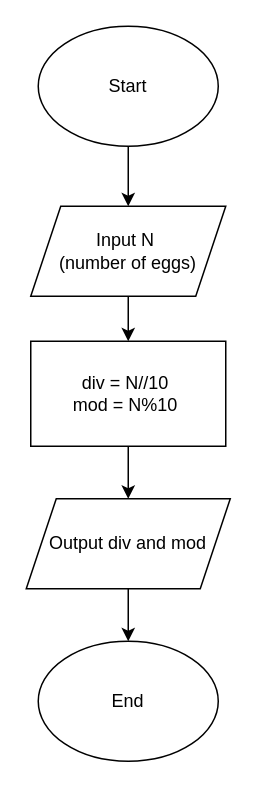
Earlier version of the draw.io diagram page "Câu 2" (2 of 16) of drawio/Exercises_Week3-5.drawio (HerokeyVN/Temp). Source tidied: cells renumbered, new cells numbered last; positions are measured from the earlier drawing's top-left corner, leaving out a move shared by most shapes. Both pictures are drawn from the tidied source at 150%, with x=0, y=0 at pixel (26, 26).
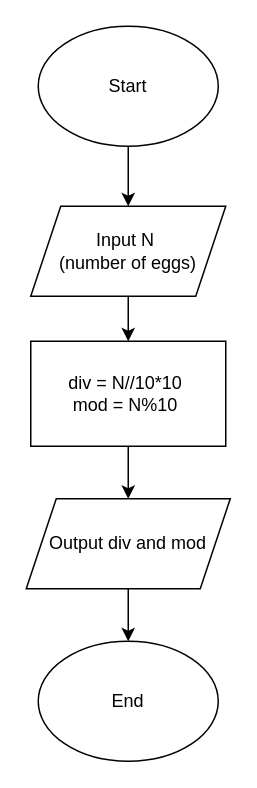
After the change.

Commit message:
Cập nhật Exercises_Week3-5.drawio

The edit, as a diff of the source:
```diff
@@
 <mxGraphModel>
   <root>
     <mxCell id="0" />
     <mxCell id="1" parent="0" />
     <mxCell id="2" style="edgeStyle=orthogonalEdgeStyle;rounded=0;jettySize=auto;html=1;" parent="1" edge="1" source="3" target="5">
       <mxGeometry relative="1" as="geometry" />
     </mxCell>
     <mxCell id="3" value="Start" style="ellipse;whiteSpace=wrap;html=1;" parent="1" vertex="1">
       <mxGeometry x="8" width="120" height="80" as="geometry" />
     </mxCell>
     <mxCell id="4" style="edgeStyle=orthogonalEdgeStyle;rounded=0;jettySize=auto;html=1;" parent="1" edge="1" source="5" target="7">
       <mxGeometry relative="1" as="geometry" />
     </mxCell>
     <mxCell id="5" value="Input N&amp;nbsp;&lt;div&gt;(number of eggs)&lt;/div&gt;" style="shape=parallelogram;perimeter=parallelogramPerimeter;whiteSpace=wrap;html=1;fixedSize=1;" parent="1" vertex="1">
       <mxGeometry x="3" y="120" width="130" height="60" as="geometry" />
     </mxCell>
     <mxCell id="6" style="edgeStyle=orthogonalEdgeStyle;rounded=0;jettySize=auto;html=1;" parent="1" edge="1" source="7" target="9">
       <mxGeometry relative="1" as="geometry" />
     </mxCell>
-    <mxCell id="7" value="div&amp;nbsp;&lt;span class=&quot;katex&quot;&gt;&lt;span aria-hidden=&quot;true&quot; class=&quot;katex-html&quot;&gt;&lt;span class=&quot;base&quot;&gt;&lt;span class=&quot;mrel&quot;&gt;= N//&lt;/span&gt;&lt;/span&gt;&lt;span class=&quot;base&quot;&gt;&lt;span class=&quot;mord&quot;&gt;10&amp;nbsp;&lt;/span&gt;&lt;/span&gt;&lt;/span&gt;&lt;/span&gt;&lt;div&gt;&lt;span class=&quot;katex&quot;&gt;&lt;span aria-hidden=&quot;true&quot; class=&quot;katex-html&quot;&gt;&lt;span class=&quot;base&quot;&gt;&lt;span class=&quot;mord&quot;&gt;mod = N%10&amp;nbsp;&lt;br&gt;&lt;/span&gt;&lt;/span&gt;&lt;/span&gt;&lt;/span&gt;&lt;/div&gt;" style="rounded=0;whiteSpace=wrap;html=1;" parent="1" vertex="1">
+    <mxCell id="7" value="div&amp;nbsp;&lt;span class=&quot;katex&quot;&gt;&lt;span aria-hidden=&quot;true&quot; class=&quot;katex-html&quot;&gt;&lt;span class=&quot;base&quot;&gt;&lt;span class=&quot;mrel&quot;&gt;= N//&lt;/span&gt;&lt;/span&gt;&lt;span class=&quot;base&quot;&gt;&lt;span class=&quot;mord&quot;&gt;10*10&amp;nbsp;&lt;/span&gt;&lt;/span&gt;&lt;/span&gt;&lt;/span&gt;&lt;div&gt;&lt;span class=&quot;katex&quot;&gt;&lt;span aria-hidden=&quot;true&quot; class=&quot;katex-html&quot;&gt;&lt;span class=&quot;base&quot;&gt;&lt;span class=&quot;mord&quot;&gt;mod = N%10&amp;nbsp;&lt;br&gt;&lt;/span&gt;&lt;/span&gt;&lt;/span&gt;&lt;/span&gt;&lt;/div&gt;" style="rounded=0;whiteSpace=wrap;html=1;" parent="1" vertex="1">
       <mxGeometry x="3" y="210" width="130" height="70" as="geometry" />
     </mxCell>
     <mxCell id="8" style="edgeStyle=orthogonalEdgeStyle;rounded=0;jettySize=auto;html=1;" parent="1" edge="1" source="9" target="10">
       <mxGeometry relative="1" as="geometry" />
     </mxCell>
     <mxCell id="9" value="Output div and mod" style="shape=parallelogram;perimeter=parallelogramPerimeter;whiteSpace=wrap;html=1;fixedSize=1;" parent="1" vertex="1">
       <mxGeometry y="315" width="136" height="60" as="geometry" />
     </mxCell>
     <mxCell id="10" value="End" style="ellipse;whiteSpace=wrap;html=1;" parent="1" vertex="1">
       <mxGeometry x="8" y="410" width="120" height="80" as="geometry" />
     </mxCell>
   </root>
 </mxGraphModel>
```
